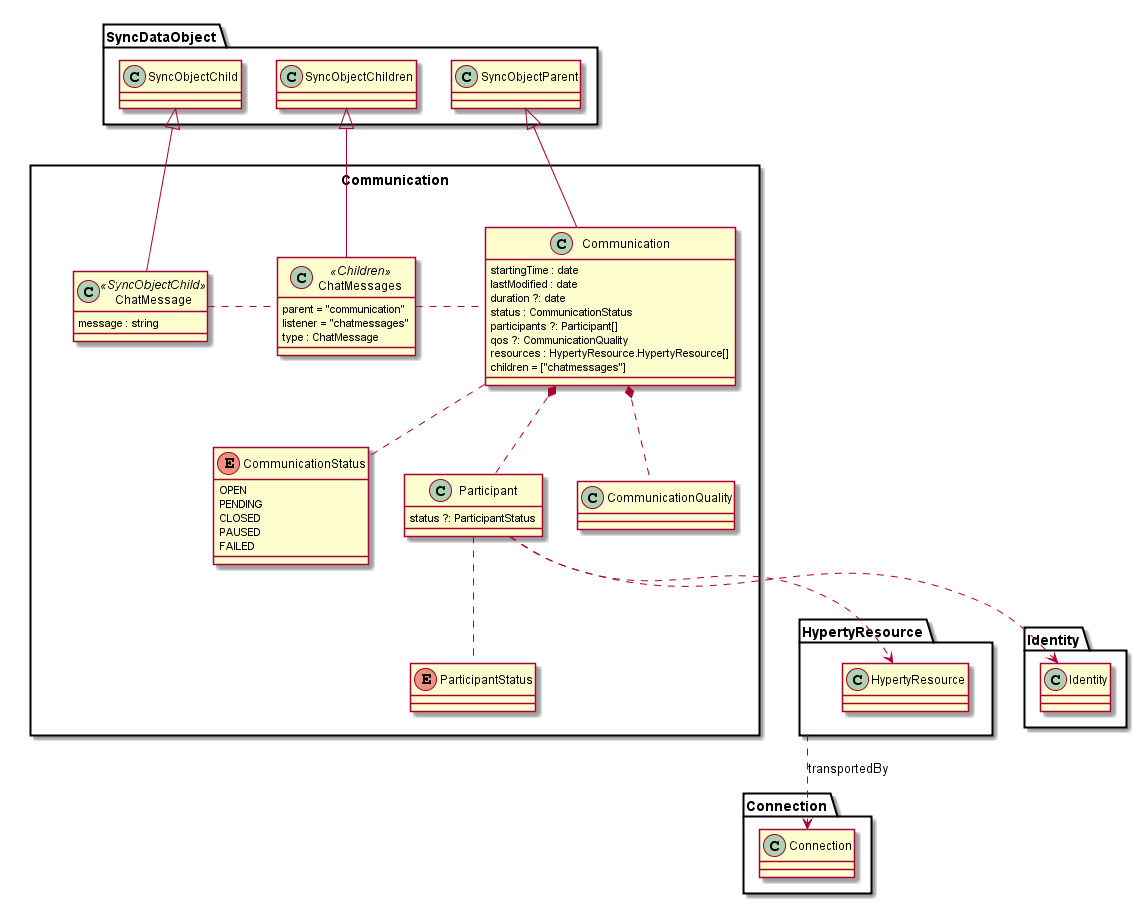
The PlantUML diagram docs/datamodel/data-objects/communication/Communication-Data-Object-Model.png in reTHINK-project/dev-service-framework, before a commit.
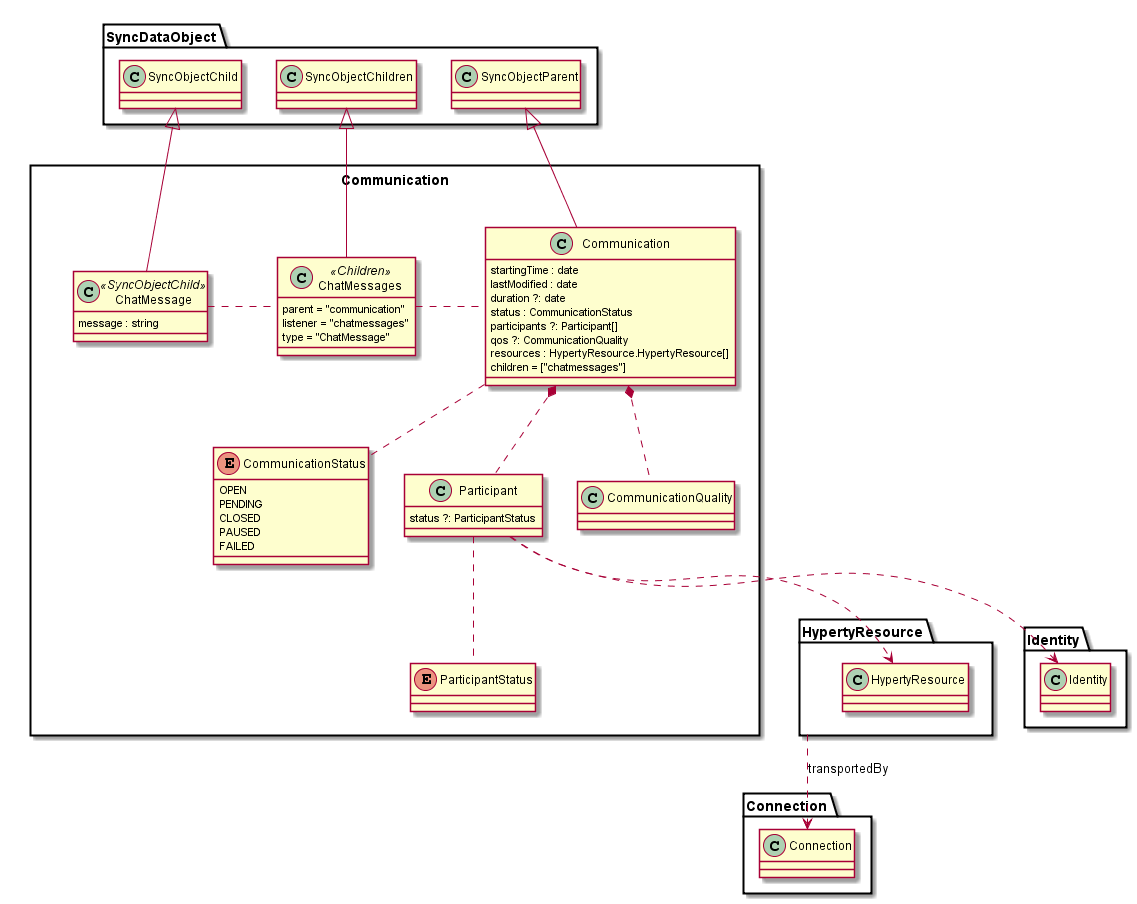
The same diagram one commit later.

Commit message:
"SyncObjectChildren.type" type changed to "string"

The edit, as a diff of the source:
```diff
@@ -16,7 +16,7 @@
 	class ChatMessages <<Children>> {
 		parent = "communication"
 		listener = "chatmessages"
-		type : ChatMessage
+		type = "ChatMessage"
 	}
 
 	class ChatMessage <<SyncObjectChild>> {
```
